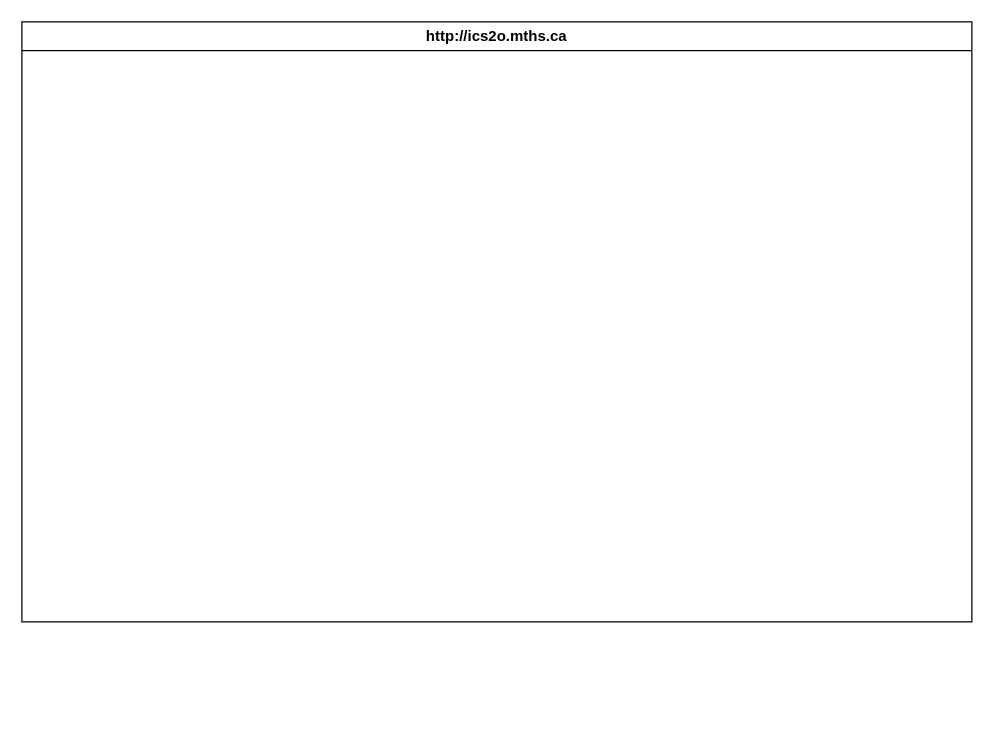
Earlier version of the draw.io diagram design/storyboard.drawio (MTHS-ICD2O-1-2023/ICD2O-Unit-6-02-manya-feng). Source tidied: cells renumbered, new cells numbered last; positions are measured from the earlier drawing's top-left corner, leaving out a move shared by most shapes. Both pictures are drawn from the tidied source at 125%, with x=0, y=0 at pixel (21, 21). Pictures stored in the file or linked from it are replaced by grey dashed boxes.
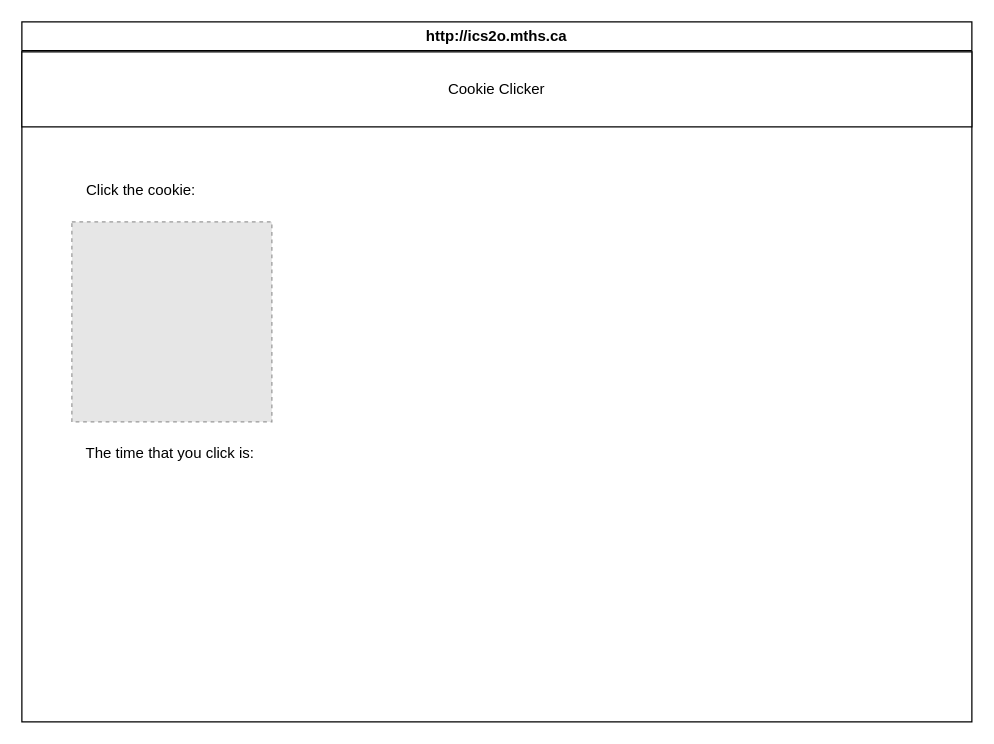
Above is the later version.

Change to the diagram source:
```diff
@@
 <mxGraphModel>
   <root>
     <mxCell id="0" />
     <mxCell id="1" parent="0" />
     <mxCell id="2" value="http://ics2o.mths.ca" style="swimlane;whiteSpace=wrap;html=1;" parent="1" vertex="1">
-      <mxGeometry width="760" height="480" as="geometry" />
+      <mxGeometry width="760" height="560" as="geometry" />
     </mxCell>
+    <mxCell id="3" value="Cookie Clicker" style="rounded=0;whiteSpace=wrap;html=1;" parent="2" vertex="1">
+      <mxGeometry y="24" width="760" height="60" as="geometry" />
+    </mxCell>
+    <mxCell id="4" style="fillColor=#E6E6E6;strokeColor=#999999;dashed=1;verticalLabelPosition=bottom;labelBackgroundColor=default;verticalAlign=top;" parent="2" vertex="1">
+      <mxGeometry x="40" y="160" width="160" height="160" as="geometry" />
+    </mxCell>
+    <mxCell id="5" value="Click the cookie:" style="text;html=1;align=center;verticalAlign=middle;strokeColor=none;fillColor=none;" parent="2" vertex="1">
+      <mxGeometry x="40" y="120" width="110" height="30" as="geometry" />
+    </mxCell>
+    <mxCell id="6" value="The time that you click is:&amp;nbsp;" style="text;html=1;align=center;verticalAlign=middle;strokeColor=none;fillColor=none;" parent="2" vertex="1">
+      <mxGeometry x="40" y="330" width="160" height="30" as="geometry" />
+    </mxCell>
   </root>
 </mxGraphModel>
```
